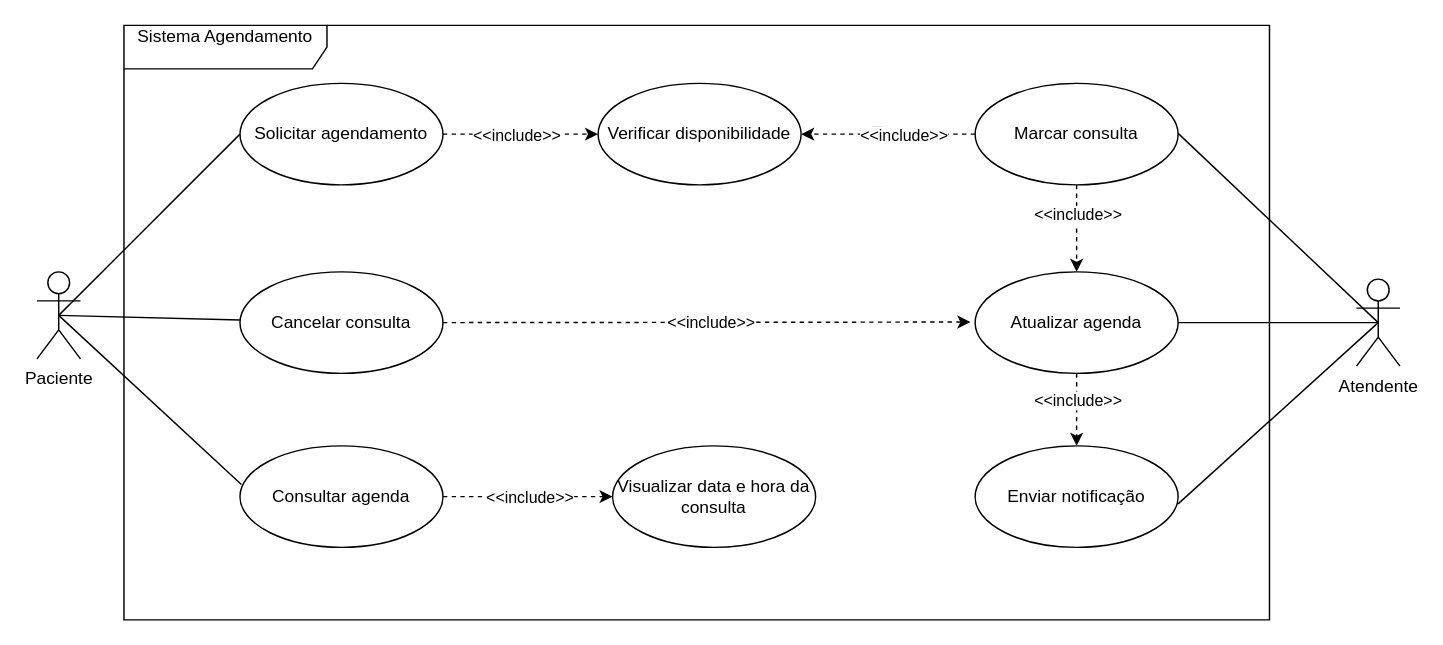
The draw.io diagram UCD/UCDpaciente.drawio in cauanpss/av3_AOO, before the edit. Source tidied: cells renumbered, new cells numbered last; positions are measured from the earlier drawing's top-left corner, leaving out a move shared by most shapes. Both pictures are drawn from the tidied source at 145%, with x=0, y=0 at pixel (36, 25).
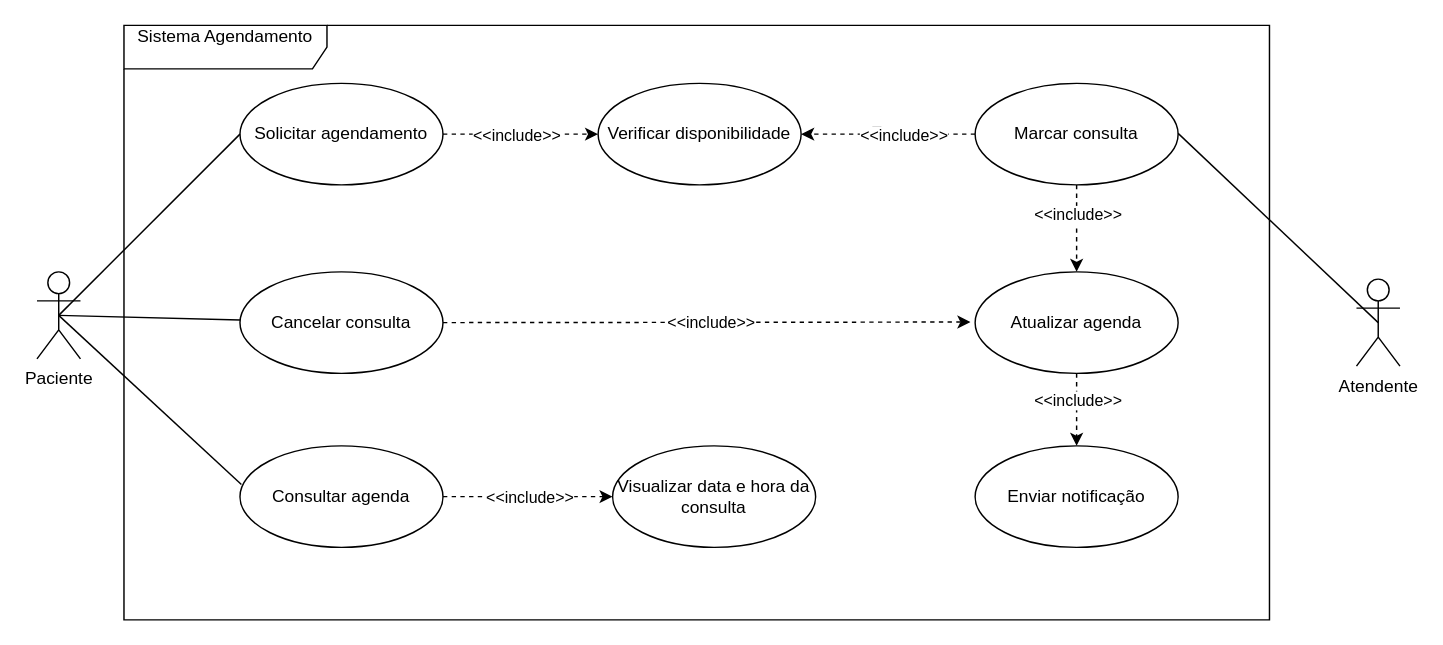
The same diagram, later.

Unchanged cells that the change refers to:
```xml
<mxCell id="19" value="Atualizar agenda" style="ellipse;whiteSpace=wrap;html=1;" parent="1" vertex="1">
  <mxGeometry x="647" y="170" width="140" height="70" as="geometry" />
</mxCell>
<mxCell id="22" value="Atendente" style="shape=umlActor;verticalLabelPosition=bottom;verticalAlign=top;html=1;labelPerimeter=1;" parent="1" vertex="1">
  <mxGeometry x="910" y="175" width="30" height="60" as="geometry" />
</mxCell>
```

Diff of the diagram source:
```diff
@@
-    <mxCell id="29" style="endArrow=none;startArrow=none;endFill=0;startFill=0;endSize=8;html=1;verticalAlign=bottom;labelBackgroundColor=none;strokeWidth=1;entryX=0.5;entryY=0.5;entryDx=0;entryDy=0;entryPerimeter=0;exitX=1;exitY=0.5;exitDx=0;exitDy=0;" parent="1" edge="1" source="19" target="22">
-      <mxGeometry relative="1" as="geometry" />
-    </mxCell>
-    <mxCell id="30" style="endArrow=none;startArrow=none;endFill=0;startFill=0;endSize=8;html=1;verticalAlign=bottom;labelBackgroundColor=none;strokeWidth=1;entryX=0.5;entryY=0.5;entryDx=0;entryDy=0;entryPerimeter=0;" parent="1" edge="1" target="22">
-      <mxGeometry relative="1" as="geometry">
-        <mxPoint x="787" y="330" as="sourcePoint" />
-      </mxGeometry>
-    </mxCell>
```
